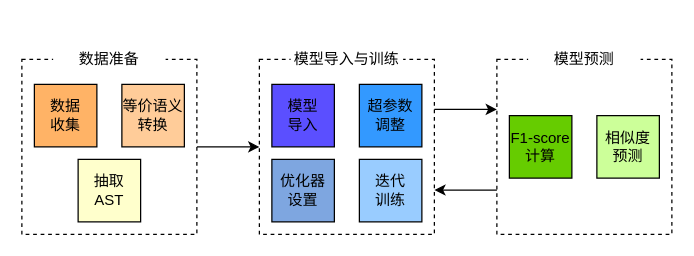
Earlier version of the draw.io diagram 整体框架.drawio (balllightnings/balllightnings.github.io). Source tidied: cells renumbered, new cells numbered last; positions are measured from the earlier drawing's top-left corner, leaving out a move shared by most shapes. Both pictures are drawn from the tidied source at 125%, with x=0, y=0 at pixel (21, 21).
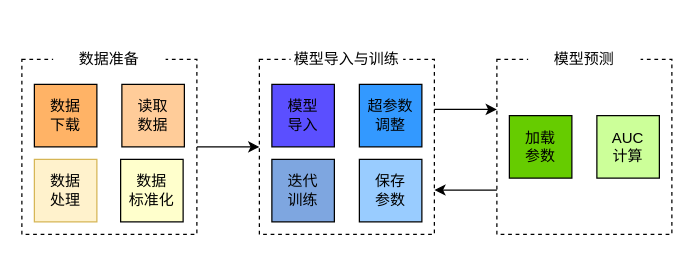
After the change.

Commit message:
更新整体框架.drawio

Diff of the diagram source:
```diff
@@
-    <mxCell id="4" value="&lt;div&gt;数据&lt;/div&gt;&lt;div&gt;收集&lt;/div&gt;" style="whiteSpace=wrap;html=1;labelBackgroundColor=none;fillColor=#FFB366;" parent="1" vertex="1">
+    <mxCell id="4" value="&lt;div&gt;数据&lt;/div&gt;&lt;div&gt;下载&lt;br&gt;&lt;/div&gt;" style="whiteSpace=wrap;html=1;labelBackgroundColor=none;fillColor=#FFB366;" parent="1" vertex="1">
       <mxGeometry x="10" y="50" width="50" height="50" as="geometry" />
     </mxCell>
-    <mxCell id="5" value="&lt;div&gt;等价语义转换&lt;br&gt;&lt;/div&gt;" style="whiteSpace=wrap;html=1;labelBackgroundColor=none;fillColor=#FFCC99;" parent="1" vertex="1">
+    <mxCell id="5" value="&lt;div&gt;读取&lt;/div&gt;&lt;div&gt;数据&lt;br&gt;&lt;/div&gt;" style="whiteSpace=wrap;html=1;labelBackgroundColor=none;fillColor=#FFCC99;" parent="1" vertex="1">
       <mxGeometry x="80" y="50" width="50" height="50" as="geometry" />
     </mxCell>
-    <mxCell id="6" value="&lt;div&gt;抽取&lt;/div&gt;&lt;div&gt;AST&lt;br&gt;&lt;/div&gt;" style="whiteSpace=wrap;html=1;labelBackgroundColor=none;fillColor=#FFFFCC;" parent="1" vertex="1">
-      <mxGeometry x="45" y="110" width="50" height="50" as="geometry" />
+    <mxCell id="6" value="&lt;div&gt;数据&lt;/div&gt;&lt;div&gt;标准化&lt;br&gt;&lt;/div&gt;" style="whiteSpace=wrap;html=1;labelBackgroundColor=none;fillColor=#FFFFCC;" parent="1" vertex="1">
+      <mxGeometry x="79" y="110" width="50" height="50" as="geometry" />
     </mxCell>
@@
-    <mxCell id="12" value="&lt;div&gt;优化器&lt;/div&gt;&lt;div&gt;设置&lt;br&gt;&lt;/div&gt;" style="whiteSpace=wrap;html=1;labelBackgroundColor=none;fillColor=#7EA6E0;" parent="1" vertex="1">
+    <mxCell id="12" value="&lt;div&gt;迭代&lt;/div&gt;&lt;div&gt;训练&lt;/div&gt;" style="whiteSpace=wrap;html=1;labelBackgroundColor=none;fillColor=#7EA6E0;" parent="1" vertex="1">
       <mxGeometry x="200" y="110" width="50" height="50" as="geometry" />
     </mxCell>
-    <mxCell id="13" value="&lt;div&gt;迭代&lt;/div&gt;&lt;div&gt;训练&lt;br&gt;&lt;/div&gt;" style="whiteSpace=wrap;html=1;labelBackgroundColor=none;fillColor=#99CCFF;" parent="1" vertex="1">
+    <mxCell id="13" value="&lt;div&gt;保存&lt;/div&gt;&lt;div&gt;参数&lt;br&gt;&lt;/div&gt;" style="whiteSpace=wrap;html=1;labelBackgroundColor=none;fillColor=#99CCFF;" parent="1" vertex="1">
       <mxGeometry x="270" y="110" width="50" height="50" as="geometry" />
     </mxCell>
@@
-    <mxCell id="16" value="&lt;div&gt;F1-score&lt;/div&gt;&lt;div&gt;计算&lt;br&gt;&lt;/div&gt;" style="whiteSpace=wrap;html=1;labelBackgroundColor=none;fillColor=#66CC00;" parent="1" vertex="1">
+    <mxCell id="16" value="&lt;div&gt;加载&lt;/div&gt;&lt;div&gt;参数&lt;br&gt;&lt;/div&gt;" style="whiteSpace=wrap;html=1;labelBackgroundColor=none;fillColor=#66CC00;" parent="1" vertex="1">
       <mxGeometry x="390" y="75" width="50" height="50" as="geometry" />
     </mxCell>
-    <mxCell id="17" value="&lt;div&gt;相似度&lt;/div&gt;&lt;div&gt;预测&lt;br&gt;&lt;/div&gt;" style="whiteSpace=wrap;html=1;labelBackgroundColor=none;fillColor=#CCFF99;" parent="1" vertex="1">
+    <mxCell id="17" value="&lt;div&gt;AUC&lt;/div&gt;&lt;div&gt;计算&lt;/div&gt;" style="whiteSpace=wrap;html=1;labelBackgroundColor=none;fillColor=#CCFF99;" parent="1" vertex="1">
       <mxGeometry x="460" y="75" width="50" height="50" as="geometry" />
     </mxCell>
@@
+    <mxCell id="20" value="&lt;div&gt;数据&lt;/div&gt;&lt;div&gt;处理&lt;br&gt;&lt;/div&gt;" style="whiteSpace=wrap;html=1;labelBackgroundColor=none;fillColor=#fff2cc;strokeColor=#d6b656;" parent="1" vertex="1">
+      <mxGeometry x="10" y="110" width="50" height="50" as="geometry" />
+    </mxCell>
```
